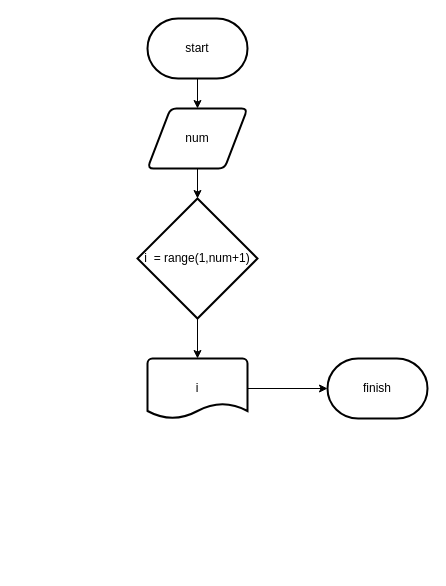
The draw.io diagram stage/03_loop/2741.drawio in Gyeongrok-Oh/boj, before the edit. Source tidied: cells renumbered, new cells numbered last; positions are measured from the earlier drawing's top-left corner, leaving out a move shared by most shapes. Both pictures are drawn from the tidied source at 100%, with x=0, y=0 at pixel (137, 18).
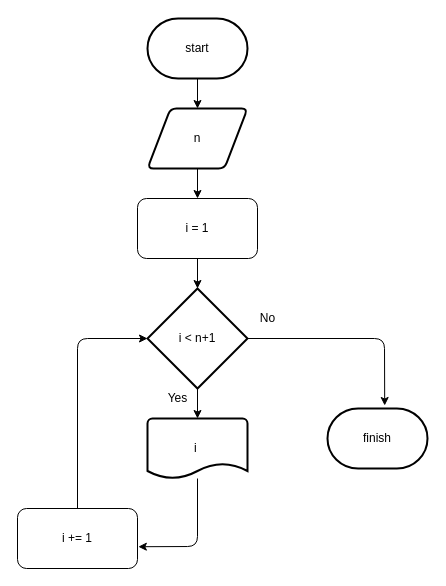
The same page after the edit.

Commit message:
changed the chart to While loop

Diff of the diagram source:
```diff
@@
-    <mxCell id="5" value="num" style="shape=parallelogram;html=1;strokeWidth=2;perimeter=parallelogramPerimeter;whiteSpace=wrap;rounded=1;arcSize=12;size=0.23;" parent="1" vertex="1">
+    <mxCell id="5" value="n" style="shape=parallelogram;html=1;strokeWidth=2;perimeter=parallelogramPerimeter;whiteSpace=wrap;rounded=1;arcSize=12;size=0.23;" parent="1" vertex="1">
       <mxGeometry x="10" y="90" width="100" height="60" as="geometry" />
     </mxCell>
-    <mxCell id="6" style="edgeStyle=none;html=1;entryX=0.5;entryY=0;entryDx=0;entryDy=0;entryPerimeter=0;" parent="1" edge="1" source="7" target="9">
-      <mxGeometry relative="1" as="geometry" />
-    </mxCell>
-    <mxCell id="7" value="i&amp;nbsp; = range(1,num+1)" style="strokeWidth=2;html=1;shape=mxgraph.flowchart.decision;whiteSpace=wrap;" parent="1" vertex="1">
-      <mxGeometry y="180" width="120" height="120" as="geometry" />
-    </mxCell>
-    <mxCell id="8" style="edgeStyle=none;html=1;" parent="1" edge="1" source="9">
-      <mxGeometry relative="1" as="geometry">
-        <mxPoint x="190" y="370" as="targetPoint" />
-      </mxGeometry>
-    </mxCell>
+    <mxCell id="10" value="finish" style="strokeWidth=2;html=1;shape=mxgraph.flowchart.terminator;whiteSpace=wrap;" parent="1" vertex="1">
+      <mxGeometry x="190" y="390" width="100" height="60" as="geometry" />
+    </mxCell>
+    <mxCell id="11" style="edgeStyle=none;html=1;" parent="1" edge="1" source="12">
+      <mxGeometry relative="1" as="geometry">
+        <mxPoint x="60" y="270" as="targetPoint" />
+      </mxGeometry>
+    </mxCell>
+    <mxCell id="12" value="i = 1" style="rounded=1;whiteSpace=wrap;html=1;" parent="1" vertex="1">
+      <mxGeometry y="180" width="120" height="60" as="geometry" />
+    </mxCell>
+    <mxCell id="13" style="edgeStyle=none;html=1;" parent="1" edge="1" source="15">
+      <mxGeometry relative="1" as="geometry">
+        <mxPoint x="60" y="400" as="targetPoint" />
+      </mxGeometry>
+    </mxCell>
+    <mxCell id="14" style="edgeStyle=none;html=1;entryX=0.572;entryY=-0.05;entryDx=0;entryDy=0;entryPerimeter=0;" parent="1" edge="1" source="15" target="10">
+      <mxGeometry relative="1" as="geometry">
+        <Array as="points">
+          <mxPoint x="247" y="320" />
+        </Array>
+      </mxGeometry>
+    </mxCell>
+    <mxCell id="15" value="i &amp;lt; n+1" style="strokeWidth=2;html=1;shape=mxgraph.flowchart.decision;whiteSpace=wrap;" parent="1" vertex="1">
+      <mxGeometry x="10" y="270" width="100" height="100" as="geometry" />
+    </mxCell>
+    <mxCell id="16" style="edgeStyle=none;html=1;entryX=1.007;entryY=0.637;entryDx=0;entryDy=0;entryPerimeter=0;" parent="1" edge="1" source="9" target="20">
+      <mxGeometry relative="1" as="geometry">
+        <Array as="points">
+          <mxPoint x="60" y="528" />
+        </Array>
+      </mxGeometry>
+    </mxCell>
-    <mxCell id="9" value="i" style="strokeWidth=2;html=1;shape=mxgraph.flowchart.document2;whiteSpace=wrap;size=0.25;" parent="1" vertex="1">
-      <mxGeometry x="10" y="340" width="100" height="60" as="geometry" />
+    <mxCell id="9" value="i&amp;nbsp;" style="strokeWidth=2;html=1;shape=mxgraph.flowchart.document2;whiteSpace=wrap;size=0.25;" parent="1" vertex="1">
+      <mxGeometry x="10" y="400" width="100" height="60" as="geometry" />
     </mxCell>
-    <mxCell id="10" value="finish" style="strokeWidth=2;html=1;shape=mxgraph.flowchart.terminator;whiteSpace=wrap;" parent="1" vertex="1">
-      <mxGeometry x="190" y="340" width="100" height="60" as="geometry" />
-    </mxCell>
+    <mxCell id="17" value="No" style="text;html=1;align=center;verticalAlign=middle;strokeColor=none;fillColor=none;" parent="1" vertex="1">
+      <mxGeometry x="115" y="290" width="30" height="20" as="geometry" />
+    </mxCell>
+    <mxCell id="18" value="Yes&lt;br&gt;" style="text;html=1;align=center;verticalAlign=middle;strokeColor=none;fillColor=none;" parent="1" vertex="1">
+      <mxGeometry x="25" y="370" width="30" height="20" as="geometry" />
+    </mxCell>
+    <mxCell id="19" style="edgeStyle=none;html=1;entryX=0;entryY=0.5;entryDx=0;entryDy=0;entryPerimeter=0;" parent="1" edge="1" source="20" target="15">
+      <mxGeometry relative="1" as="geometry">
+        <Array as="points">
+          <mxPoint x="-60" y="320" />
+        </Array>
+      </mxGeometry>
+    </mxCell>
+    <mxCell id="20" value="i += 1" style="rounded=1;whiteSpace=wrap;html=1;" parent="1" vertex="1">
+      <mxGeometry x="-120" y="490" width="120" height="60" as="geometry" />
+    </mxCell>
```
